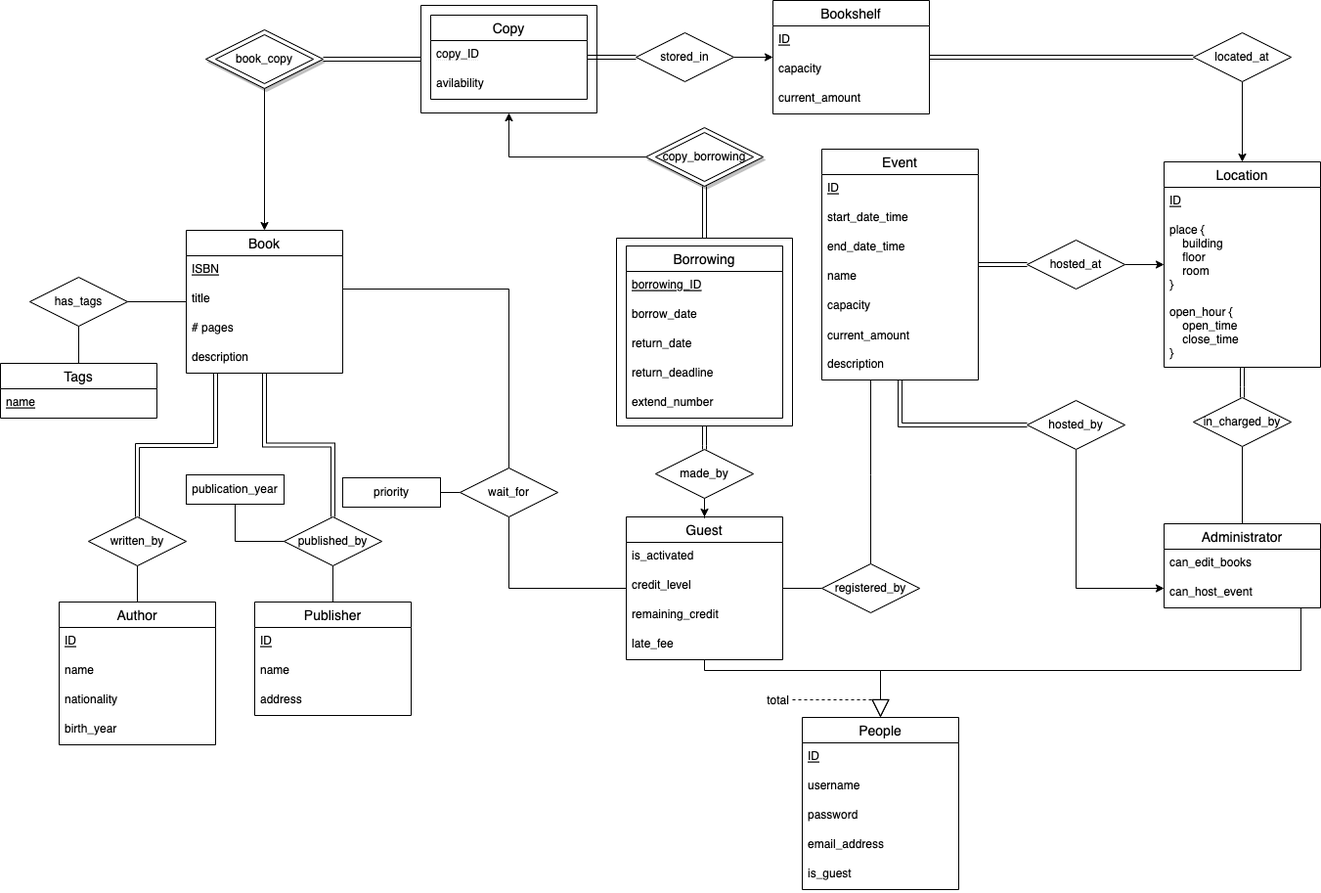
The draw.io diagram schema/er_diagram/ER_diagram_draft.png in Kassaking7/eLibraryManagementSystem, before a commit. Source tidied: cells renumbered, new cells last; positions are measured from the earlier drawing's top-left corner, leaving out a move shared by most shapes.
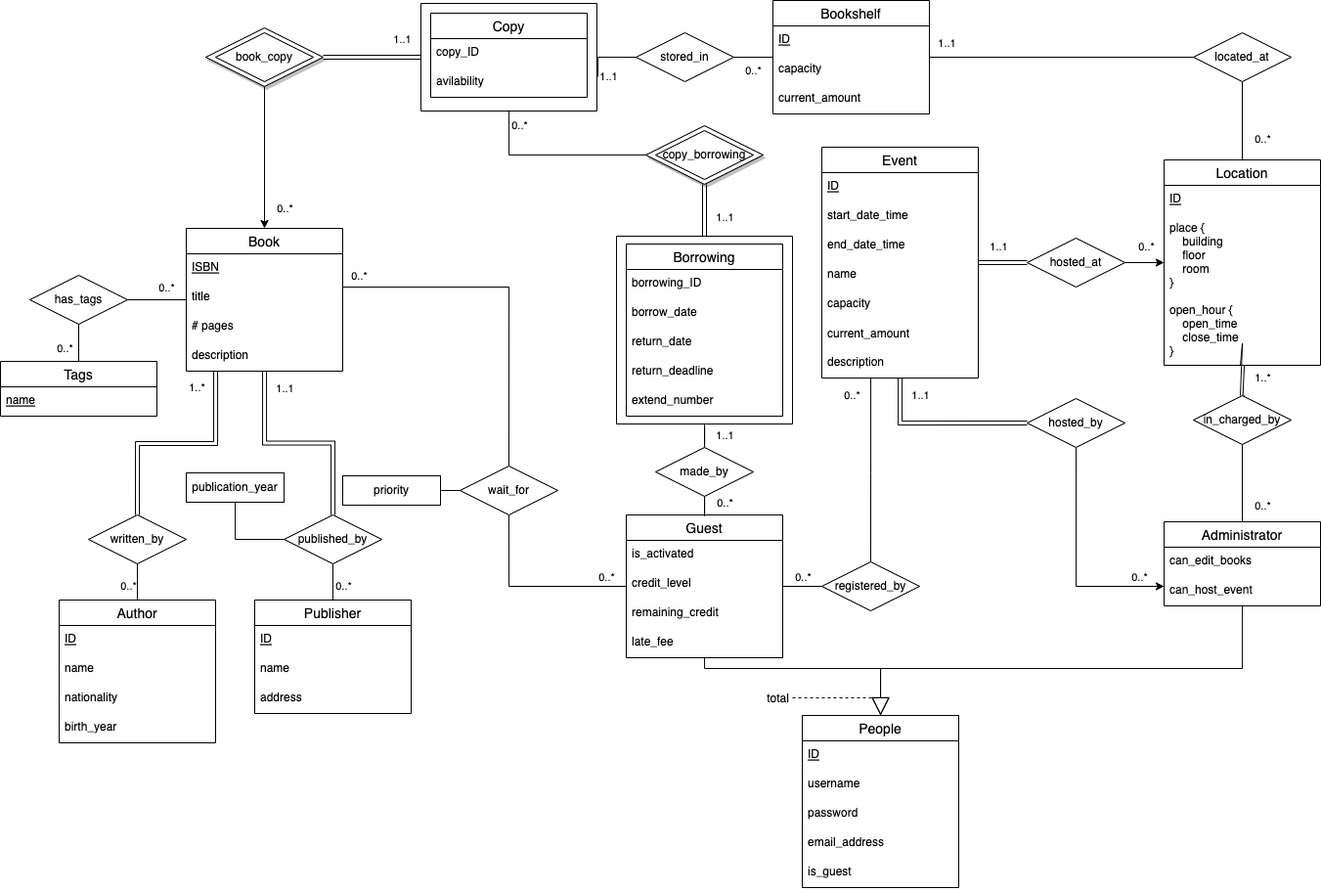
The same file after the commit.

What changed in the source:
```diff
@@ -26,3 +26,3 @@
     <mxCell id="9" value="Bookshelf" style="swimlane;fontStyle=0;horizontal=1;startSize=26;align=center;fontSize=14;" parent="1" vertex="1">
-      <mxGeometry x="790" width="160" height="116" as="geometry" />
+      <mxGeometry x="790" y="2" width="160" height="116" as="geometry" />
     </mxCell>
@@ -49,19 +49,43 @@
     </mxCell>
-    <mxCell id="17" style="edgeStyle=orthogonalEdgeStyle;shape=link;rounded=0;jettySize=auto;html=1;exitX=0;exitY=0.5;exitDx=0;exitDy=0;" parent="1" edge="1" source="19" target="71">
-      <mxGeometry relative="1" as="geometry" />
+    <mxCell id="17" style="edgeStyle=orthogonalEdgeStyle;rounded=0;jettySize=auto;html=1;exitX=0;exitY=0.5;exitDx=0;exitDy=0;entryX=1.006;entryY=0.681;entryDx=0;entryDy=0;entryPerimeter=0;startArrow=none;startFill=0;endArrow=none;endFill=0;" parent="1" edge="1" source="19" target="106">
+      <mxGeometry relative="1" as="geometry">
+        <Array as="points">
+          <mxPoint x="611" y="60" />
+        </Array>
+      </mxGeometry>
     </mxCell>
+    <mxCell id="108" value="1..1" style="edgeLabel;html=1;align=center;verticalAlign=middle;" parent="17" vertex="1">
+      <mxGeometry x="0.67" y="1" relative="1" as="geometry">
+        <mxPoint x="9" y="9" as="offset" />
+      </mxGeometry>
+    </mxCell>
-    <mxCell id="18" style="edgeStyle=orthogonalEdgeStyle;rounded=0;jettySize=auto;html=1;exitX=1;exitY=0.5;exitDx=0;exitDy=0;" parent="1" edge="1" source="19" target="9">
+    <mxCell id="18" style="edgeStyle=orthogonalEdgeStyle;rounded=0;jettySize=auto;html=1;exitX=1;exitY=0.5;exitDx=0;exitDy=0;endArrow=none;endFill=0;" parent="1" edge="1" source="19" target="9">
       <mxGeometry relative="1" as="geometry" />
     </mxCell>
+    <mxCell id="109" value="0..*" style="edgeLabel;html=1;align=center;verticalAlign=middle;" parent="18" vertex="1">
+      <mxGeometry x="0.27" y="-1" relative="1" as="geometry">
+        <mxPoint x="-6" y="12" as="offset" />
+      </mxGeometry>
+    </mxCell>
     <mxCell id="19" value="stored_in" style="rhombus;whiteSpace=wrap;html=1;" parent="1" vertex="1">
-      <mxGeometry x="650" y="33" width="100" height="50" as="geometry" />
+      <mxGeometry x="650" y="35" width="100" height="50" as="geometry" />
     </mxCell>
-    <mxCell id="20" style="edgeStyle=orthogonalEdgeStyle;rounded=0;jettySize=auto;html=1;exitX=0;exitY=0.5;exitDx=0;exitDy=0;shape=link;" parent="1" edge="1" source="22" target="9">
+    <mxCell id="20" style="rounded=0;jettySize=auto;html=1;exitX=0;exitY=0.5;exitDx=0;exitDy=0;edgeStyle=orthogonalEdgeStyle;endArrow=none;endFill=0;" parent="1" edge="1" source="22" target="9">
       <mxGeometry relative="1" as="geometry" />
     </mxCell>
+    <mxCell id="110" value="1..1" style="edgeLabel;html=1;align=center;verticalAlign=middle;" parent="20" vertex="1">
+      <mxGeometry x="0.87" y="-3" relative="1" as="geometry">
+        <mxPoint y="-12" as="offset" />
+      </mxGeometry>
+    </mxCell>
-    <mxCell id="21" style="edgeStyle=orthogonalEdgeStyle;rounded=0;jettySize=auto;html=1;exitX=0.5;exitY=1;exitDx=0;exitDy=0;" parent="1" edge="1" source="22" target="13">
+    <mxCell id="21" style="edgeStyle=orthogonalEdgeStyle;rounded=0;jettySize=auto;html=1;exitX=0.5;exitY=1;exitDx=0;exitDy=0;endArrow=none;endFill=0;" parent="1" edge="1" source="22" target="13">
       <mxGeometry relative="1" as="geometry" />
     </mxCell>
+    <mxCell id="111" value="0..*" style="edgeLabel;html=1;align=center;verticalAlign=middle;" parent="21" vertex="1">
+      <mxGeometry x="0.46" y="2" relative="1" as="geometry">
+        <mxPoint x="18" as="offset" />
+      </mxGeometry>
+    </mxCell>
     <mxCell id="22" value="located_at" style="rhombus;whiteSpace=wrap;html=1;" parent="1" vertex="1">
-      <mxGeometry x="1220" y="33" width="100" height="50" as="geometry" />
+      <mxGeometry x="1220" y="35" width="100" height="50" as="geometry" />
     </mxCell>
@@ -102,2 +126,7 @@
     </mxCell>
+    <mxCell id="112" value="1..*" style="edgeLabel;html=1;align=center;verticalAlign=middle;" parent="32" vertex="1">
+      <mxGeometry x="0.88" relative="1" as="geometry">
+        <mxPoint x="-20" y="2" as="offset" />
+      </mxGeometry>
+    </mxCell>
     <mxCell id="33" value="written_by" style="rhombus;whiteSpace=wrap;html=1;" parent="1" vertex="1">
@@ -108,2 +137,7 @@
     </mxCell>
+    <mxCell id="113" value="1..1" style="edgeLabel;html=1;align=center;verticalAlign=middle;" parent="34" vertex="1">
+      <mxGeometry x="0.81" y="2" relative="1" as="geometry">
+        <mxPoint x="22" y="-3" as="offset" />
+      </mxGeometry>
+    </mxCell>
     <mxCell id="35" value="published_by" style="rhombus;whiteSpace=wrap;html=1;" parent="1" vertex="1">
@@ -156,2 +190,7 @@
     </mxCell>
+    <mxCell id="114" value="0..*" style="edgeLabel;html=1;align=center;verticalAlign=middle;" parent="50" vertex="1">
+      <mxGeometry x="-0.23" y="2" relative="1" as="geometry">
+        <mxPoint x="-8" as="offset" />
+      </mxGeometry>
+    </mxCell>
     <mxCell id="51" style="endArrow=none;html=1;rounded=0;" parent="1" edge="1" source="28" target="35">
@@ -159,2 +198,7 @@
     </mxCell>
+    <mxCell id="115" value="0..*" style="edgeLabel;html=1;align=center;verticalAlign=middle;" parent="51" vertex="1">
+      <mxGeometry x="-0.21" relative="1" as="geometry">
+        <mxPoint x="10" as="offset" />
+      </mxGeometry>
+    </mxCell>
     <mxCell id="52" style="endArrow=block;endSize=16;endFill=0;html=1;rounded=0;edgeStyle=orthogonalEdgeStyle;" parent="1" edge="1" source="36" target="41">
@@ -170,3 +214,3 @@
         <Array as="points">
-          <mxPoint x="1330" y="685" />
+          <mxPoint x="1270" y="685" />
           <mxPoint x="900" y="685" />
@@ -178,3 +222,3 @@
     </mxCell>
-    <mxCell id="55" value="borrowing_ID" style="text;strokeColor=none;fillColor=none;spacingLeft=4;spacingRight=4;overflow=hidden;fontSize=12;fontStyle=4;" parent="54" vertex="1">
+    <mxCell id="55" value="borrowing_ID" style="text;strokeColor=none;fillColor=none;spacingLeft=4;spacingRight=4;overflow=hidden;fontSize=12;fontStyle=0;" parent="54" vertex="1">
       <mxGeometry y="26" width="160" height="30" as="geometry" />
@@ -193,8 +237,18 @@
     </mxCell>
-    <mxCell id="60" style="edgeStyle=orthogonalEdgeStyle;rounded=0;jettySize=auto;html=1;shape=link;" parent="1" edge="1" source="62" target="95">
+    <mxCell id="60" style="edgeStyle=orthogonalEdgeStyle;rounded=0;jettySize=auto;html=1;endArrow=none;endFill=0;" parent="1" edge="1" source="62" target="95">
       <mxGeometry relative="1" as="geometry" />
     </mxCell>
+    <mxCell id="116" value="1..1" style="edgeLabel;html=1;align=center;verticalAlign=middle;" parent="60" vertex="1">
+      <mxGeometry x="0.6" y="-3" relative="1" as="geometry">
+        <mxPoint x="17" as="offset" />
+      </mxGeometry>
+    </mxCell>
-    <mxCell id="61" style="edgeStyle=orthogonalEdgeStyle;rounded=0;jettySize=auto;html=1;exitX=0.5;exitY=1;exitDx=0;exitDy=0;" parent="1" edge="1" source="62" target="36">
+    <mxCell id="61" style="edgeStyle=orthogonalEdgeStyle;rounded=0;jettySize=auto;html=1;exitX=0.5;exitY=1;exitDx=0;exitDy=0;endArrow=none;endFill=0;" parent="1" edge="1" source="62" target="36">
       <mxGeometry relative="1" as="geometry" />
     </mxCell>
+    <mxCell id="117" value="0..*" style="edgeLabel;html=1;align=center;verticalAlign=middle;" parent="61" vertex="1">
+      <mxGeometry x="0.58" relative="1" as="geometry">
+        <mxPoint x="20" as="offset" />
+      </mxGeometry>
+    </mxCell>
     <mxCell id="62" value="made_by" style="rhombus;whiteSpace=wrap;html=1;" parent="1" vertex="1">
@@ -205,2 +259,7 @@
     </mxCell>
+    <mxCell id="118" value="1..1" style="edgeLabel;html=1;align=center;verticalAlign=middle;" parent="63" vertex="1">
+      <mxGeometry x="0.26" relative="1" as="geometry">
+        <mxPoint x="20" as="offset" />
+      </mxGeometry>
+    </mxCell>
     <mxCell id="64" value="copy_borrowing" style="rhombus;whiteSpace=wrap;html=1;" parent="1" vertex="1">
@@ -208,3 +267,3 @@
     </mxCell>
-    <mxCell id="65" style="endArrow=none;html=1;rounded=0;edgeStyle=orthogonalEdgeStyle;startArrow=classic;startFill=1;" parent="1" edge="1" source="106" target="3">
+    <mxCell id="65" style="endArrow=none;html=1;rounded=0;edgeStyle=orthogonalEdgeStyle;startArrow=none;startFill=0;" parent="1" edge="1" source="106" target="3">
       <mxGeometry relative="1" as="geometry">
@@ -215,2 +274,7 @@
     </mxCell>
+    <mxCell id="119" value="0..*" style="edgeLabel;html=1;align=center;verticalAlign=middle;" parent="65" vertex="1">
+      <mxGeometry x="-0.77" y="-3" relative="1" as="geometry">
+        <mxPoint x="13" y="-7" as="offset" />
+      </mxGeometry>
+    </mxCell>
     <mxCell id="66" value="Tags" style="swimlane;fontStyle=0;horizontal=1;startSize=26;align=center;fontSize=14;" parent="1" vertex="1">
@@ -227,2 +291,7 @@
     </mxCell>
+    <mxCell id="120" value="0..*" style="edgeLabel;html=1;align=center;verticalAlign=middle;" parent="69" vertex="1">
+      <mxGeometry x="-0.43" y="-1" relative="1" as="geometry">
+        <mxPoint x="-3" y="-12" as="offset" />
+      </mxGeometry>
+    </mxCell>
     <mxCell id="70" style="endArrow=none;html=1;rounded=0;exitX=0.5;exitY=1;exitDx=0;exitDy=0;edgeStyle=orthogonalEdgeStyle;" parent="1" edge="1" source="68" target="66">
@@ -230,2 +299,7 @@
     </mxCell>
+    <mxCell id="121" value="0..*" style="edgeLabel;html=1;align=center;verticalAlign=middle;" parent="70" vertex="1">
+      <mxGeometry x="0.2" y="-1" relative="1" as="geometry">
+        <mxPoint x="-14" y="2" as="offset" />
+      </mxGeometry>
+    </mxCell>
     <mxCell id="71" value="Copy" style="swimlane;fontStyle=0;horizontal=1;startSize=26;align=center;fontSize=14;" parent="1" vertex="1">
@@ -233,3 +307,3 @@
     </mxCell>
-    <mxCell id="72" value="&lt;u style=&quot;text-decoration:underline dotted;text-underline-position:under&quot;&gt;copy_ID&lt;/u&gt;" style="text;strokeColor=none;fillColor=none;spacingLeft=4;spacingRight=4;overflow=hidden;fontSize=12;fontStyle=4;html=1;" parent="71" vertex="1">
+    <mxCell id="72" value="copy_ID" style="text;strokeColor=none;fillColor=none;spacingLeft=4;spacingRight=4;overflow=hidden;fontSize=12;" parent="71" vertex="1">
       <mxGeometry y="26" width="160" height="30" as="geometry" />
@@ -242,2 +316,7 @@
     </mxCell>
+    <mxCell id="122" value="1..1" style="edgeLabel;html=1;align=center;verticalAlign=middle;" parent="74" vertex="1">
+      <mxGeometry x="0.43" y="1" relative="1" as="geometry">
+        <mxPoint x="9" y="-18" as="offset" />
+      </mxGeometry>
+    </mxCell>
     <mxCell id="75" style="edgeStyle=orthogonalEdgeStyle;rounded=0;jettySize=auto;html=1;exitX=0.5;exitY=1;exitDx=0;exitDy=0;" parent="1" edge="1" source="2" target="4">
@@ -245,2 +324,7 @@
     </mxCell>
+    <mxCell id="123" value="0..*" style="edgeLabel;html=1;align=center;verticalAlign=middle;" parent="75" vertex="1">
+      <mxGeometry x="0.72" y="1" relative="1" as="geometry">
+        <mxPoint x="19" as="offset" />
+      </mxGeometry>
+    </mxCell>
     <mxCell id="76" value="book_copy" style="rhombus;whiteSpace=wrap;html=1;" parent="1" vertex="1">
@@ -257,2 +341,7 @@
     </mxCell>
+    <mxCell id="124" value="1..*" style="edgeLabel;html=1;align=center;verticalAlign=middle;" parent="79" vertex="1">
+      <mxGeometry x="0.53" y="-2" relative="1" as="geometry">
+        <mxPoint x="18" y="1" as="offset" />
+      </mxGeometry>
+    </mxCell>
     <mxCell id="80" style="edgeStyle=orthogonalEdgeStyle;rounded=0;jettySize=auto;html=1;exitX=0.5;exitY=1;exitDx=0;exitDy=0;endArrow=none;endFill=0;" parent="1" edge="1" source="81" target="47">
@@ -265,2 +354,7 @@
     </mxCell>
+    <mxCell id="125" value="0..*" style="edgeLabel;html=1;align=center;verticalAlign=middle;" parent="80" vertex="1">
+      <mxGeometry x="0.58" y="-1" relative="1" as="geometry">
+        <mxPoint x="21" as="offset" />
+      </mxGeometry>
+    </mxCell>
     <mxCell id="81" value="in_charged_by" style="rhombus;whiteSpace=wrap;html=1;" parent="1" vertex="1">
@@ -271,2 +365,7 @@
     </mxCell>
+    <mxCell id="126" value="1..1" style="edgeLabel;html=1;align=center;verticalAlign=middle;" parent="82" vertex="1">
+      <mxGeometry x="0.14" y="-1" relative="1" as="geometry">
+        <mxPoint x="-1" y="-16" as="offset" />
+      </mxGeometry>
+    </mxCell>
     <mxCell id="83" style="edgeStyle=orthogonalEdgeStyle;rounded=0;jettySize=auto;html=1;endArrow=classic;endFill=1;exitX=1;exitY=0.5;exitDx=0;exitDy=0;" parent="1" edge="1" source="84" target="13">
@@ -274,2 +373,7 @@
     </mxCell>
+    <mxCell id="127" value="0..*" style="edgeLabel;html=1;align=center;verticalAlign=middle;" parent="83" vertex="1">
+      <mxGeometry x="0.04" y="-1" relative="1" as="geometry">
+        <mxPoint y="-18" as="offset" />
+      </mxGeometry>
+    </mxCell>
     <mxCell id="84" value="hosted_at" style="rhombus;whiteSpace=wrap;html=1;" parent="1" vertex="1">
@@ -284,2 +388,7 @@
     </mxCell>
+    <mxCell id="128" value="0..*" style="edgeLabel;html=1;align=center;verticalAlign=middle;" parent="85" vertex="1">
+      <mxGeometry x="0.78" y="-1" relative="1" as="geometry">
+        <mxPoint y="-11" as="offset" />
+      </mxGeometry>
+    </mxCell>
     <mxCell id="86" style="edgeStyle=orthogonalEdgeStyle;rounded=0;jettySize=auto;html=1;exitX=0;exitY=0.5;exitDx=0;exitDy=0;endArrow=classic;endFill=1;shape=link;" parent="1" edge="1" source="87" target="98">
@@ -287,2 +396,7 @@
     </mxCell>
+    <mxCell id="129" value="1..1" style="edgeLabel;html=1;align=center;verticalAlign=middle;" parent="86" vertex="1">
+      <mxGeometry x="0.77" y="-3" relative="1" as="geometry">
+        <mxPoint x="17" y="-2" as="offset" />
+      </mxGeometry>
+    </mxCell>
     <mxCell id="87" value="hosted_by" style="rhombus;whiteSpace=wrap;html=1;" parent="1" vertex="1">
@@ -293,2 +407,7 @@
     </mxCell>
+    <mxCell id="130" value="0..*" style="edgeLabel;html=1;align=center;verticalAlign=middle;" parent="88" vertex="1">
+      <mxGeometry x="0.18" y="-1" relative="1" as="geometry">
+        <mxPoint x="4" y="-9" as="offset" />
+      </mxGeometry>
+    </mxCell>
     <mxCell id="89" style="edgeStyle=orthogonalEdgeStyle;rounded=0;jettySize=auto;html=1;exitX=0.5;exitY=0;exitDx=0;exitDy=0;endArrow=none;endFill=0;" parent="1" edge="1" source="90" target="98">
@@ -301,2 +420,7 @@
     </mxCell>
+    <mxCell id="131" value="0..*" style="edgeLabel;html=1;align=center;verticalAlign=middle;" parent="89" vertex="1">
+      <mxGeometry x="0.8" relative="1" as="geometry">
+        <mxPoint x="-20" y="-1" as="offset" />
+      </mxGeometry>
+    </mxCell>
     <mxCell id="90" value="registered_by" style="rhombus;whiteSpace=wrap;html=1;" parent="1" vertex="1">
@@ -307,2 +431,7 @@
     </mxCell>
+    <mxCell id="132" value="0..*" style="edgeLabel;html=1;align=center;verticalAlign=middle;" parent="91" vertex="1">
+      <mxGeometry x="0.92" y="1" relative="1" as="geometry">
+        <mxPoint x="-12" y="-9" as="offset" />
+      </mxGeometry>
+    </mxCell>
     <mxCell id="92" style="edgeStyle=orthogonalEdgeStyle;rounded=0;jettySize=auto;html=1;exitX=0.5;exitY=0;exitDx=0;exitDy=0;endArrow=none;endFill=0;" parent="1" edge="1" source="94" target="4">
@@ -314,2 +443,7 @@
     </mxCell>
+    <mxCell id="133" value="0..*" style="edgeLabel;html=1;align=center;verticalAlign=middle;" parent="92" vertex="1">
+      <mxGeometry x="0.9" y="-1" relative="1" as="geometry">
+        <mxPoint y="-11" as="offset" />
+      </mxGeometry>
+    </mxCell>
     <mxCell id="93" style="edgeStyle=orthogonalEdgeStyle;html=1;exitX=0;exitY=0.5;exitDx=0;exitDy=0;endArrow=none;endFill=0;" parent="1" edge="1" source="94" target="107">
```
